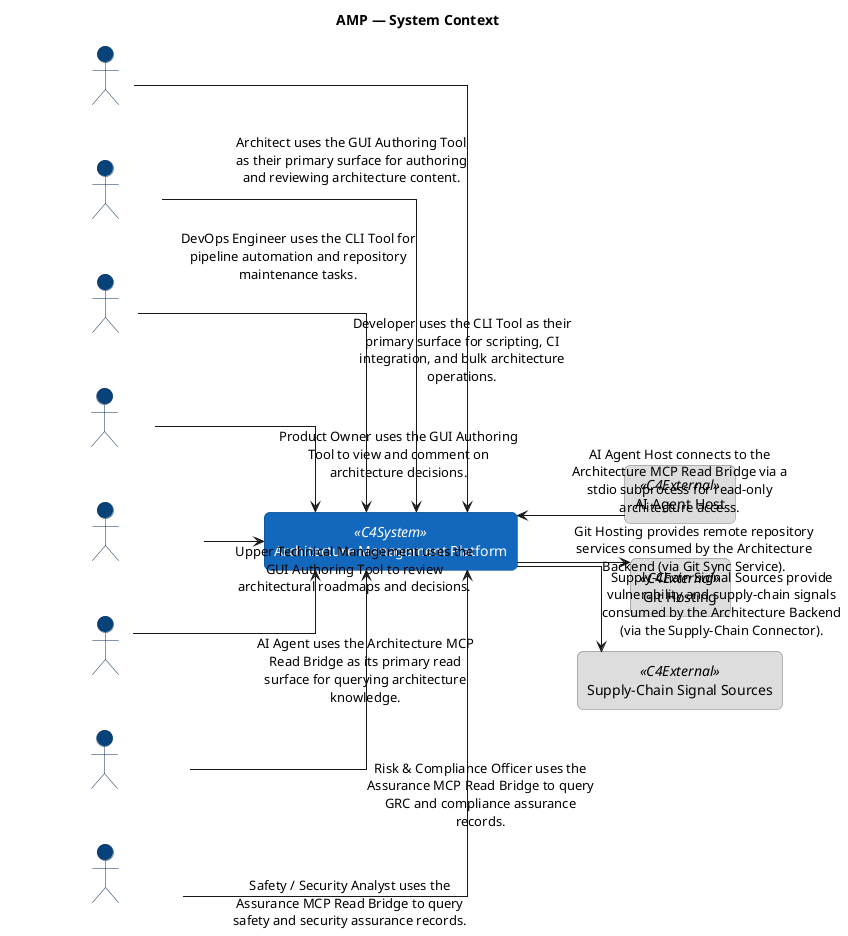
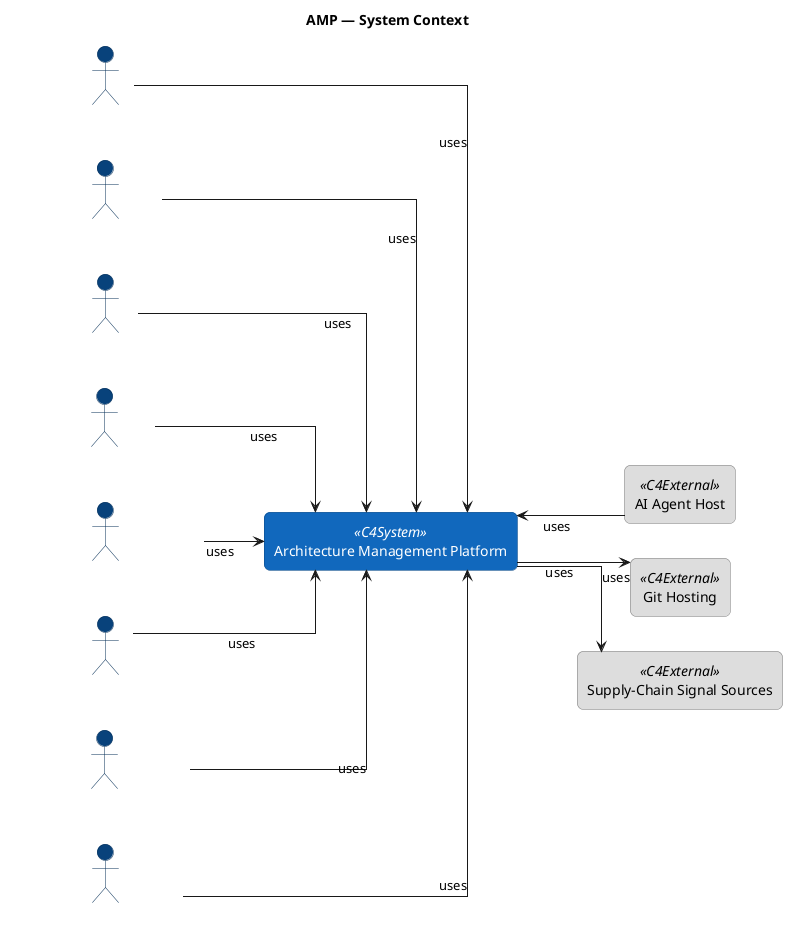
---
artifact-id: CSC@1780829783.z8RRON.amp-system-context
artifact-type: diagram
name: "AMP \u2014 System Context"
version: 0.1.0
status: draft
keywords:
- c4
- system-context
- amp
diagram-type: c4-system-context
entity-ids-used:
- ACT@1712870400.Nn7Oo7.architect
- ACT@1712870400.OLWiNc.devops-engineer
- ACT@1712870400.Pp8Qq8.developer
- ACT@1712870400.Rr9Ss9.product-owner
- ACT@1712870400.Ut1Vv1.upper-technical-management
- APP@1780783671.hkrdtm.architecture-management-platform
- APP@1780783991.v6AXNw.ai-agent-host
- APP@1780783992.Je9pmw.git-hosting
- APP@1780783993.JqIBPJ.supply-chain-signal-sources
- ROL@1776633082.udXPfB.ai-agent
- ROL@1780656241.abNYhO.risk-compliance-officer
- ROL@1780656241.yswDMB.safety-security-analyst
connection-ids-used:
- ACT@1712870400.Nn7Oo7.architect---APP@1776149382.lmO0mp.gui-authoring-tool@@archimate-association
- ACT@1712870400.OLWiNc.devops-engineer---APP@1712870400.kjC6ex.cli-tool@@archimate-association
- ACT@1712870400.Pp8Qq8.developer---APP@1712870400.kjC6ex.cli-tool@@archimate-association
- ACT@1712870400.Rr9Ss9.product-owner---APP@1776149382.lmO0mp.gui-authoring-tool@@archimate-association
- ACT@1712870400.Ut1Vv1.upper-technical-management---APP@1776149382.lmO0mp.gui-authoring-tool@@archimate-association
- APP@1780783991.v6AXNw.ai-agent-host---APP@1780783708.Ne0utf.architecture-mcp-read-bridge@@archimate-association
- APP@1780783991.v6AXNw.ai-agent-host---APP@1780783709.etTj9M.architecture-mcp-write-bridge@@archimate-association
- APP@1780783991.v6AXNw.ai-agent-host---APP@1780783710.iu_kKL.assurance-mcp-read-bridge@@archimate-association
- APP@1780783991.v6AXNw.ai-agent-host---APP@1780783711.js9xHR.assurance-mcp-write-bridge@@archimate-association
- APP@1780783992.Je9pmw.git-hosting---APP@1777293133.OYEmP1.architecture-backend@@archimate-serving
- APP@1780783992.Je9pmw.git-hosting---APP@1777293134.tY3JIK.git-sync-service@@archimate-serving
- APP@1780783993.JqIBPJ.supply-chain-signal-sources---APP@1777293133.OYEmP1.architecture-backend@@archimate-serving
- ROL@1776633082.udXPfB.ai-agent---APP@1780783708.Ne0utf.architecture-mcp-read-bridge@@archimate-association
- ROL@1780656241.abNYhO.risk-compliance-officer---APP@1780783710.iu_kKL.assurance-mcp-read-bridge@@archimate-association
- ROL@1780656241.yswDMB.safety-security-analyst---APP@1780783710.iu_kKL.assurance-mcp-read-bridge@@archimate-association
diagram-entities: {}
bindings:
- id: bind-scope
  subject:
    kind: diagram
  correspondence_kind: scoped-by
  target:
    entity_id: APP@1780783671.hkrdtm.architecture-management-platform
last-updated: '2026-06-07'
---
@startuml amp---system-context
left to right direction
skinparam shadowing false
skinparam linetype ortho
skinparam defaultTextAlignment center
skinparam wrapWidth 240
skinparam maxMessageSize 240
skinparam rectangle {
  RoundCorner 12
  Padding 10
}
skinparam actor {
  BackgroundColor #08427b
  BorderColor #052e56
  FontColor white
}
skinparam rectangle<<C4System>> {
  BackgroundColor #1168bd
  BorderColor #0b4884
  FontColor white
}
skinparam rectangle<<C4Container>> {
  BackgroundColor #438dd5
  BorderColor #2f6da6
  FontColor white
}
skinparam rectangle<<C4Component>> {
  BackgroundColor #85bbf0
  BorderColor #5e98c8
  FontColor black
}
skinparam rectangle<<C4External>> {
  BackgroundColor #dddddd
  BorderColor #777777
  FontColor black
}

title AMP — System Context

rectangle "Architecture Management Platform" <<C4System>> as APP_hkrdtm

actor "Architect" as ACT_Nn7Oo7
actor "DevOps Engineer" as ACT_OLWiNc
actor "Developer" as ACT_Pp8Qq8
actor "Product Owner" as ACT_Rr9Ss9
actor "Upper Technical Management" as ACT_Ut1Vv1
rectangle "AI Agent Host" <<C4External>> as APP_v6AXNw
rectangle "Git Hosting" <<C4External>> as APP_Je9pmw
rectangle "Supply-Chain Signal Sources" <<C4External>> as APP_JqIBPJ
actor "AI Agent" as ROL_udXPfB
actor "Risk & Compliance Officer" as ROL_abNYhO
actor "Safety / Security Analyst" as ROL_yswDMB

ACT_Nn7Oo7 -[hidden]right- ACT_OLWiNc
ACT_OLWiNc -[hidden]right- ACT_Pp8Qq8
ACT_Pp8Qq8 -[hidden]right- ACT_Rr9Ss9
ACT_Rr9Ss9 -[hidden]right- ACT_Ut1Vv1
ACT_Ut1Vv1 -[hidden]right- ROL_udXPfB
ROL_udXPfB -[hidden]right- ROL_abNYhO
ROL_abNYhO -[hidden]right- ROL_yswDMB
ROL_yswDMB -[hidden]right- APP_hkrdtm
APP_hkrdtm -[hidden]right- APP_v6AXNw
APP_v6AXNw -[hidden]right- APP_Je9pmw
APP_Je9pmw -[hidden]right- APP_JqIBPJ


- ACT_Nn7Oo7 --> APP_hkrdtm : Architect uses the GUI Authoring Tool as their primary surface for authoring and reviewing architecture content.
- ACT_OLWiNc --> APP_hkrdtm : DevOps Engineer uses the CLI Tool for pipeline automation and repository maintenance tasks.
- ACT_Pp8Qq8 --> APP_hkrdtm : Developer uses the CLI Tool as their primary surface for scripting, CI integration, and bulk architecture operations.
- ACT_Rr9Ss9 --> APP_hkrdtm : Product Owner uses the GUI Authoring Tool to view and comment on architecture decisions.
- ACT_Ut1Vv1 --> APP_hkrdtm : Upper Technical Management uses the GUI Authoring Tool to review architectural roadmaps and decisions.
- APP_v6AXNw --> APP_hkrdtm : AI Agent Host connects to the Architecture MCP Read Bridge via a stdio subprocess for read-only architecture access.
- APP_hkrdtm --> APP_Je9pmw : Git Hosting provides remote repository services consumed by the Architecture Backend (via Git Sync Service).
- APP_hkrdtm --> APP_JqIBPJ : Supply-Chain Signal Sources provide vulnerability and supply-chain signals consumed by the Architecture Backend (via the Supply-Chain Connector).
- ROL_udXPfB --> APP_hkrdtm : AI Agent uses the Architecture MCP Read Bridge as its primary read surface for querying architecture knowledge.
- ROL_abNYhO --> APP_hkrdtm : Risk & Compliance Officer uses the Assurance MCP Read Bridge to query GRC and compliance assurance records.
- ROL_yswDMB --> APP_hkrdtm : Safety / Security Analyst uses the Assurance MCP Read Bridge to query safety and security assurance records.
+ ACT_Nn7Oo7 --> APP_hkrdtm : uses
+ ACT_OLWiNc --> APP_hkrdtm : uses
+ ACT_Pp8Qq8 --> APP_hkrdtm : uses
+ ACT_Rr9Ss9 --> APP_hkrdtm : uses
+ ACT_Ut1Vv1 --> APP_hkrdtm : uses
+ APP_v6AXNw --> APP_hkrdtm : uses
+ APP_hkrdtm --> APP_Je9pmw : uses
+ APP_hkrdtm --> APP_JqIBPJ : uses
+ ROL_udXPfB --> APP_hkrdtm : uses
+ ROL_abNYhO --> APP_hkrdtm : uses
+ ROL_yswDMB --> APP_hkrdtm : uses
@enduml
